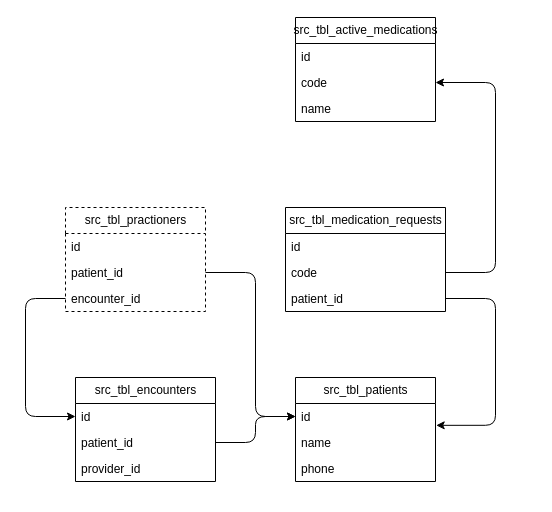
The draw.io diagram resources/database_schema.drawio in the-ALAM/mendel, before the edit. Source tidied: cells renumbered, new cells numbered last; positions are measured from the earlier drawing's top-left corner, leaving out a move shared by most shapes. Both pictures are drawn from the tidied source at 100%, with x=0, y=0 at pixel (25, 17).
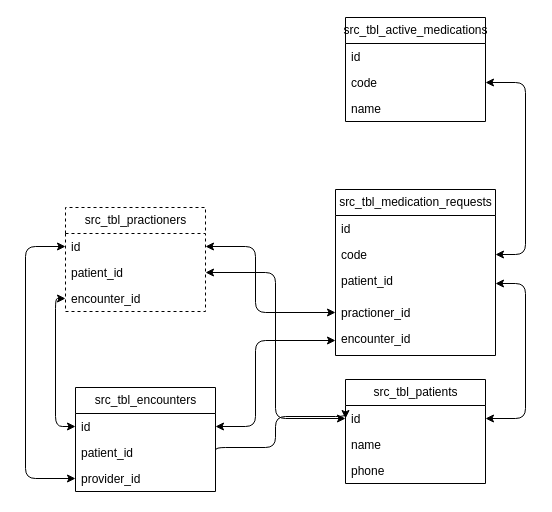
Above is the later version.

The change refers to these unchanged cells:
```xml
<mxCell id="3" value="id" style="text;strokeColor=none;fillColor=none;align=left;verticalAlign=top;spacingLeft=4;spacingRight=4;overflow=hidden;points=[[0,0.5],[1,0.5]];portConstraint=eastwest;whiteSpace=wrap;html=1;" parent="2" vertex="1">
  <mxGeometry y="26" width="140" height="26" as="geometry" />
</mxCell>
<mxCell id="7" value="id" style="text;strokeColor=none;fillColor=none;align=left;verticalAlign=top;spacingLeft=4;spacingRight=4;overflow=hidden;points=[[0,0.5],[1,0.5]];portConstraint=eastwest;whiteSpace=wrap;html=1;" parent="6" vertex="1">
  <mxGeometry y="26" width="140" height="26" as="geometry" />
</mxCell>
<mxCell id="8" value="patient_id" style="text;strokeColor=none;fillColor=none;align=left;verticalAlign=top;spacingLeft=4;spacingRight=4;overflow=hidden;points=[[0,0.5],[1,0.5]];portConstraint=eastwest;whiteSpace=wrap;html=1;" parent="6" vertex="1">
  <mxGeometry y="52" width="140" height="26" as="geometry" />
</mxCell>
<mxCell id="9" value="provider_id" style="text;strokeColor=none;fillColor=none;align=left;verticalAlign=top;spacingLeft=4;spacingRight=4;overflow=hidden;points=[[0,0.5],[1,0.5]];portConstraint=eastwest;whiteSpace=wrap;html=1;" parent="6" vertex="1">
  <mxGeometry y="78" width="140" height="26" as="geometry" />
</mxCell>
<mxCell id="12" value="code" style="text;strokeColor=none;fillColor=none;align=left;verticalAlign=top;spacingLeft=4;spacingRight=4;overflow=hidden;points=[[0,0.5],[1,0.5]];portConstraint=eastwest;whiteSpace=wrap;html=1;" parent="10" vertex="1">
  <mxGeometry y="52" width="160" height="26" as="geometry" />
</mxCell>
<mxCell id="16" value="code" style="text;strokeColor=none;fillColor=none;align=left;verticalAlign=top;spacingLeft=4;spacingRight=4;overflow=hidden;points=[[0,0.5],[1,0.5]];portConstraint=eastwest;whiteSpace=wrap;html=1;" parent="14" vertex="1">
  <mxGeometry y="52" width="140" height="26" as="geometry" />
</mxCell>
<mxCell id="22" value="id" style="text;strokeColor=none;fillColor=none;align=left;verticalAlign=top;spacingLeft=4;spacingRight=4;overflow=hidden;points=[[0,0.5],[1,0.5]];portConstraint=eastwest;whiteSpace=wrap;html=1;" parent="21" vertex="1">
  <mxGeometry y="26" width="140" height="26" as="geometry" />
</mxCell>
<mxCell id="23" value="patient_id" style="text;strokeColor=none;fillColor=none;align=left;verticalAlign=top;spacingLeft=4;spacingRight=4;overflow=hidden;points=[[0,0.5],[1,0.5]];portConstraint=eastwest;whiteSpace=wrap;html=1;" parent="21" vertex="1">
  <mxGeometry y="52" width="140" height="26" as="geometry" />
</mxCell>
<mxCell id="24" value="encounter_id" style="text;strokeColor=none;fillColor=none;align=left;verticalAlign=top;spacingLeft=4;spacingRight=4;overflow=hidden;points=[[0,0.5],[1,0.5]];portConstraint=eastwest;whiteSpace=wrap;html=1;" parent="21" vertex="1">
  <mxGeometry y="78" width="140" height="26" as="geometry" />
</mxCell>
```

The edit, as a diff of the source:
```diff
@@
     <mxCell id="2" value="src_tbl_patients" style="swimlane;fontStyle=0;horizontal=1;startSize=26;fillColor=none;html=1;" parent="1" vertex="1">
-      <mxGeometry x="270" y="360" width="140" height="104" as="geometry" />
+      <mxGeometry x="320" y="362" width="140" height="104" as="geometry" />
     </mxCell>
@@
     <mxCell id="6" value="src_tbl_encounters" style="swimlane;fontStyle=0;horizontal=1;startSize=26;fillColor=none;html=1;" parent="1" vertex="1">
-      <mxGeometry x="50" y="360" width="140" height="104" as="geometry" />
+      <mxGeometry x="50" y="370" width="140" height="104" as="geometry" />
     </mxCell>
@@
     <mxCell id="10" value="src_tbl_medication_requests" style="swimlane;fontStyle=0;horizontal=1;startSize=26;fillColor=none;html=1;" parent="1" vertex="1">
-      <mxGeometry x="260" y="190" width="160" height="104" as="geometry" />
+      <mxGeometry x="310" y="172" width="160" height="166" as="geometry" />
     </mxCell>
@@
     <mxCell id="13" value="patient_id" style="text;strokeColor=none;fillColor=none;align=left;verticalAlign=top;spacingLeft=4;spacingRight=4;overflow=hidden;points=[[0,0.5],[1,0.5]];portConstraint=eastwest;whiteSpace=wrap;html=1;" parent="10" vertex="1">
-      <mxGeometry y="78" width="160" height="26" as="geometry" />
+      <mxGeometry y="78" width="160" height="32" as="geometry" />
     </mxCell>
+    <mxCell id="27" value="practioner_id" style="text;strokeColor=none;fillColor=none;align=left;verticalAlign=top;spacingLeft=4;spacingRight=4;overflow=hidden;points=[[0,0.5],[1,0.5]];portConstraint=eastwest;whiteSpace=wrap;html=1;" parent="10" vertex="1">
+      <mxGeometry y="110" width="160" height="26" as="geometry" />
+    </mxCell>
+    <mxCell id="28" value="encounter_id&lt;br&gt;" style="text;strokeColor=none;fillColor=none;align=left;verticalAlign=top;spacingLeft=4;spacingRight=4;overflow=hidden;points=[[0,0.5],[1,0.5]];portConstraint=eastwest;whiteSpace=wrap;html=1;" parent="10" vertex="1">
+      <mxGeometry y="136" width="160" height="30" as="geometry" />
+    </mxCell>
     <mxCell id="14" value="src_tbl_active_medications" style="swimlane;fontStyle=0;horizontal=1;startSize=26;fillColor=none;html=1;" parent="1" vertex="1">
-      <mxGeometry x="270" width="140" height="104" as="geometry" />
+      <mxGeometry x="320" width="140" height="104" as="geometry" />
     </mxCell>
@@
-    <mxCell id="18" style="edgeStyle=orthogonalEdgeStyle;html=1;exitX=1;exitY=0.5;exitDx=0;exitDy=0;entryX=1;entryY=0.5;entryDx=0;entryDy=0;" parent="1" edge="1" source="12" target="16">
-      <mxGeometry relative="1" as="geometry">
-        <Array as="points">
-          <mxPoint x="470" y="255" />
-          <mxPoint x="470" y="65" />
-        </Array>
-      </mxGeometry>
-    </mxCell>
-    <mxCell id="19" style="edgeStyle=orthogonalEdgeStyle;html=1;exitX=1;exitY=0.5;exitDx=0;exitDy=0;entryX=1.005;entryY=0.84;entryDx=0;entryDy=0;entryPerimeter=0;" parent="1" edge="1" source="13" target="3">
-      <mxGeometry relative="1" as="geometry">
-        <Array as="points">
-          <mxPoint x="470" y="281" />
-          <mxPoint x="470" y="408" />
-        </Array>
-      </mxGeometry>
-    </mxCell>
     <mxCell id="20" style="edgeStyle=orthogonalEdgeStyle;html=1;exitX=1;exitY=0.5;exitDx=0;exitDy=0;entryX=0;entryY=0.5;entryDx=0;entryDy=0;" parent="1" edge="1" source="8" target="3">
-      <mxGeometry relative="1" as="geometry" />
+      <mxGeometry relative="1" as="geometry">
+        <Array as="points">
+          <mxPoint x="190" y="430" />
+          <mxPoint x="250" y="430" />
+          <mxPoint x="250" y="399" />
+        </Array>
+      </mxGeometry>
     </mxCell>
@@
-    <mxCell id="25" style="edgeStyle=orthogonalEdgeStyle;html=1;exitX=0;exitY=0.5;exitDx=0;exitDy=0;entryX=0;entryY=0.5;entryDx=0;entryDy=0;" parent="1" edge="1" source="24" target="7">
-      <mxGeometry relative="1" as="geometry">
-        <Array as="points">
-          <mxPoint y="281" />
-          <mxPoint y="399" />
-        </Array>
-      </mxGeometry>
+    <mxCell id="25" style="edgeStyle=orthogonalEdgeStyle;html=1;exitX=0;exitY=0.5;exitDx=0;exitDy=0;entryX=0;entryY=0.5;entryDx=0;entryDy=0;startArrow=classic;startFill=1;" parent="1" edge="1" source="24" target="7">
+      <mxGeometry relative="1" as="geometry" />
     </mxCell>
-    <mxCell id="26" style="edgeStyle=orthogonalEdgeStyle;html=1;exitX=1;exitY=0.5;exitDx=0;exitDy=0;entryX=0;entryY=0.5;entryDx=0;entryDy=0;" parent="1" edge="1" source="23" target="3">
-      <mxGeometry relative="1" as="geometry">
-        <Array as="points">
-          <mxPoint x="230" y="255" />
-          <mxPoint x="230" y="399" />
-        </Array>
-      </mxGeometry>
+    <mxCell id="26" style="edgeStyle=orthogonalEdgeStyle;html=1;exitX=1;exitY=0.5;exitDx=0;exitDy=0;entryX=0;entryY=0.5;entryDx=0;entryDy=0;startArrow=classic;startFill=1;" parent="1" edge="1" source="23" target="3">
+      <mxGeometry relative="1" as="geometry" />
     </mxCell>
+    <mxCell id="29" style="edgeStyle=orthogonalEdgeStyle;html=1;exitX=0;exitY=0.5;exitDx=0;exitDy=0;entryX=0;entryY=0.5;entryDx=0;entryDy=0;startArrow=classic;startFill=1;" parent="1" edge="1" source="9" target="22">
+      <mxGeometry relative="1" as="geometry">
+        <Array as="points">
+          <mxPoint y="461" />
+          <mxPoint y="229" />
+        </Array>
+      </mxGeometry>
+    </mxCell>
+    <mxCell id="30" style="edgeStyle=orthogonalEdgeStyle;html=1;exitX=0;exitY=0.5;exitDx=0;exitDy=0;entryX=1;entryY=0.5;entryDx=0;entryDy=0;startArrow=classic;startFill=1;" parent="1" edge="1" source="28" target="7">
+      <mxGeometry relative="1" as="geometry">
+        <Array as="points">
+          <mxPoint x="230" y="323" />
+          <mxPoint x="230" y="409" />
+        </Array>
+      </mxGeometry>
+    </mxCell>
+    <mxCell id="19" style="edgeStyle=orthogonalEdgeStyle;html=1;exitX=1;exitY=0.5;exitDx=0;exitDy=0;entryX=1;entryY=0.5;entryDx=0;entryDy=0;startArrow=classic;startFill=1;" parent="1" edge="1" source="13" target="3">
+      <mxGeometry relative="1" as="geometry">
+        <Array as="points">
+          <mxPoint x="500" y="266" />
+          <mxPoint x="500" y="401" />
+        </Array>
+      </mxGeometry>
+    </mxCell>
+    <mxCell id="18" style="edgeStyle=orthogonalEdgeStyle;html=1;exitX=1;exitY=0.5;exitDx=0;exitDy=0;entryX=1;entryY=0.5;entryDx=0;entryDy=0;startArrow=classic;startFill=1;" parent="1" edge="1" source="12" target="16">
+      <mxGeometry relative="1" as="geometry">
+        <Array as="points">
+          <mxPoint x="500" y="237" />
+          <mxPoint x="500" y="65" />
+        </Array>
+      </mxGeometry>
+    </mxCell>
+    <mxCell id="31" style="edgeStyle=orthogonalEdgeStyle;html=1;exitX=0;exitY=0.5;exitDx=0;exitDy=0;entryX=1;entryY=0.5;entryDx=0;entryDy=0;startArrow=classic;startFill=1;" parent="1" edge="1" source="27" target="22">
+      <mxGeometry relative="1" as="geometry">
+        <Array as="points">
+          <mxPoint x="230" y="295" />
+          <mxPoint x="230" y="229" />
+        </Array>
+      </mxGeometry>
+    </mxCell>
```
